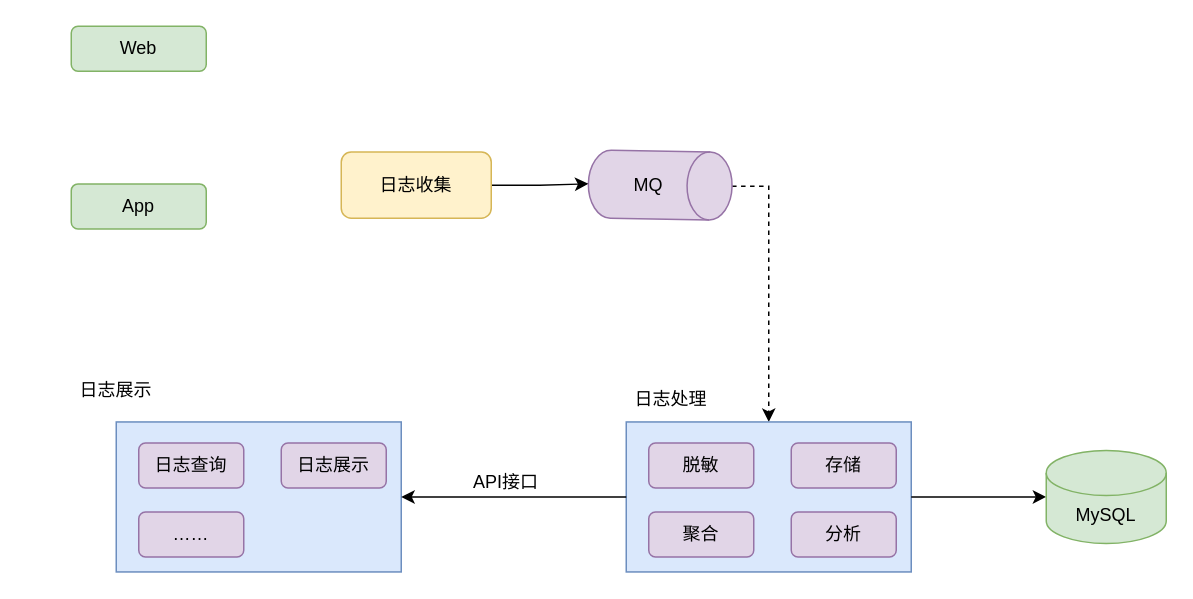
The draw.io diagram 日志埋点收集.drawio in vvhard/draw_io, before the edit. Source tidied: cells renumbered, new cells numbered last; positions are measured from the earlier drawing's top-left corner, leaving out a move shared by most shapes. Both pictures are drawn from the tidied source at 150%, with x=0, y=0 at pixel (70, 26).
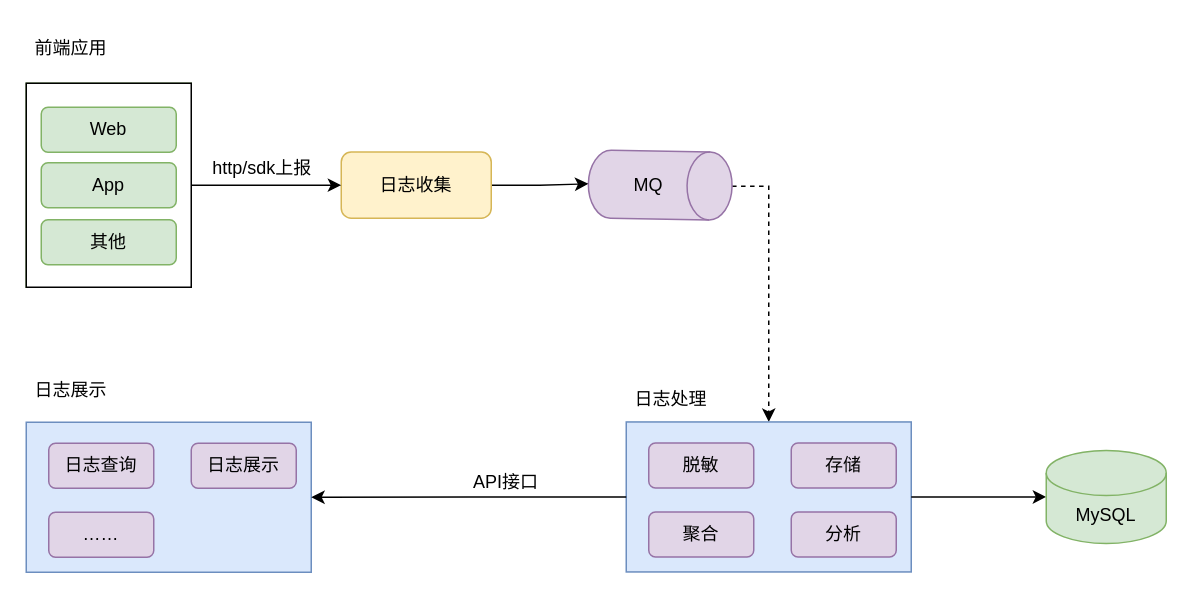
The same page after the edit.

Commit message:
日志埋点收集架构设计.drawio

Unchanged cells that the change refers to:
```xml
<mxCell id="24" value="日志收集" style="rounded=1;whiteSpace=wrap;html=1;fillColor=#fff2cc;strokeColor=#d6b656;" parent="1" vertex="1">
  <mxGeometry x="180" y="83.9" width="100" height="44.1" as="geometry" />
</mxCell>
```

Diff of the diagram source:
```diff
@@
-    <mxCell id="2" value="Web" style="rounded=1;whiteSpace=wrap;html=1;fillColor=#d5e8d4;strokeColor=#82b366;" parent="1" vertex="1">
-      <mxGeometry width="90" height="30" as="geometry" />
-    </mxCell>
-    <mxCell id="3" value="App" style="rounded=1;whiteSpace=wrap;html=1;fillColor=#d5e8d4;strokeColor=#82b366;" parent="1" vertex="1">
-      <mxGeometry y="105.1" width="90" height="30" as="geometry" />
-    </mxCell>
@@
     <mxCell id="6" style="group;" parent="1" vertex="1">
-      <mxGeometry x="30" y="263.8" width="190" height="100" as="geometry" />
+      <mxGeometry x="-30" y="264" width="190" height="100" as="geometry" />
     </mxCell>
@@
     <mxCell id="17" value="日志展示" style="text;html=1;strokeColor=none;fillColor=none;align=center;verticalAlign=middle;whiteSpace=wrap;rounded=0;" parent="1" vertex="1">
-      <mxGeometry y="227.8" width="60" height="30" as="geometry" />
+      <mxGeometry x="-30" y="228" width="60" height="30" as="geometry" />
     </mxCell>
@@
+    <mxCell id="26" value="前端应用" style="text;html=1;strokeColor=none;fillColor=none;align=center;verticalAlign=middle;whiteSpace=wrap;rounded=0;" parent="1" vertex="1">
+      <mxGeometry x="-30" width="60" height="30" as="geometry" />
+    </mxCell>
+    <mxCell id="27" style="group;fillColor=#d5e8d4;strokeColor=#82b366;" parent="1" vertex="1">
+      <mxGeometry x="-30" y="38" width="110" height="136" as="geometry" />
+    </mxCell>
+    <mxCell id="28" style="rounded=0;whiteSpace=wrap;html=1;" parent="27" vertex="1">
+      <mxGeometry width="110" height="136" as="geometry" />
+    </mxCell>
+    <mxCell id="2" value="Web" style="rounded=1;whiteSpace=wrap;html=1;fillColor=#d5e8d4;strokeColor=#82b366;" parent="27" vertex="1">
+      <mxGeometry x="10" y="16" width="90" height="30" as="geometry" />
+    </mxCell>
+    <mxCell id="3" value="App" style="rounded=1;whiteSpace=wrap;html=1;fillColor=#d5e8d4;strokeColor=#82b366;" parent="27" vertex="1">
+      <mxGeometry x="10" y="53" width="90" height="30" as="geometry" />
+    </mxCell>
+    <mxCell id="29" value="其他" style="rounded=1;whiteSpace=wrap;html=1;fillColor=#d5e8d4;strokeColor=#82b366;" parent="27" vertex="1">
+      <mxGeometry x="10" y="91" width="90" height="30" as="geometry" />
+    </mxCell>
+    <mxCell id="30" style="edgeStyle=orthogonalEdgeStyle;rounded=0;jettySize=auto;html=1;entryX=0;entryY=0.5;entryDx=0;entryDy=0;" parent="1" edge="1" source="28" target="24">
+      <mxGeometry relative="1" as="geometry" />
+    </mxCell>
+    <mxCell id="31" value="http/sdk上报" style="text;html=1;strokeColor=none;fillColor=none;align=center;verticalAlign=middle;whiteSpace=wrap;rounded=0;" parent="1" vertex="1">
+      <mxGeometry x="90" y="80" width="75" height="30" as="geometry" />
+    </mxCell>
```
